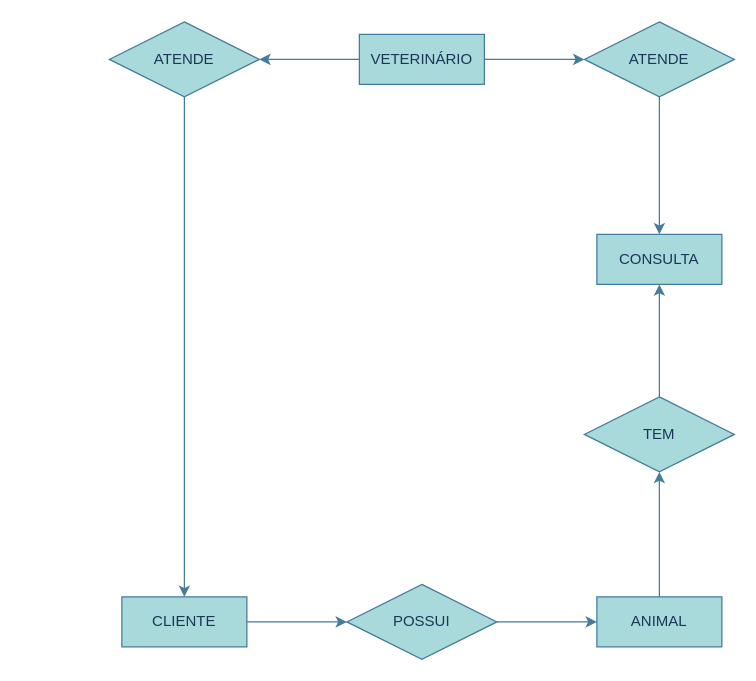
Before: Diagrama sem nome.drawio in fael-atom/projetinho, a draw.io diagram. Source tidied: cells renumbered, new cells numbered last; positions are measured from the earlier drawing's top-left corner, leaving out a move shared by most shapes. Both pictures are drawn from the tidied source at 125%, with x=0, y=0 at pixel (109, 21).
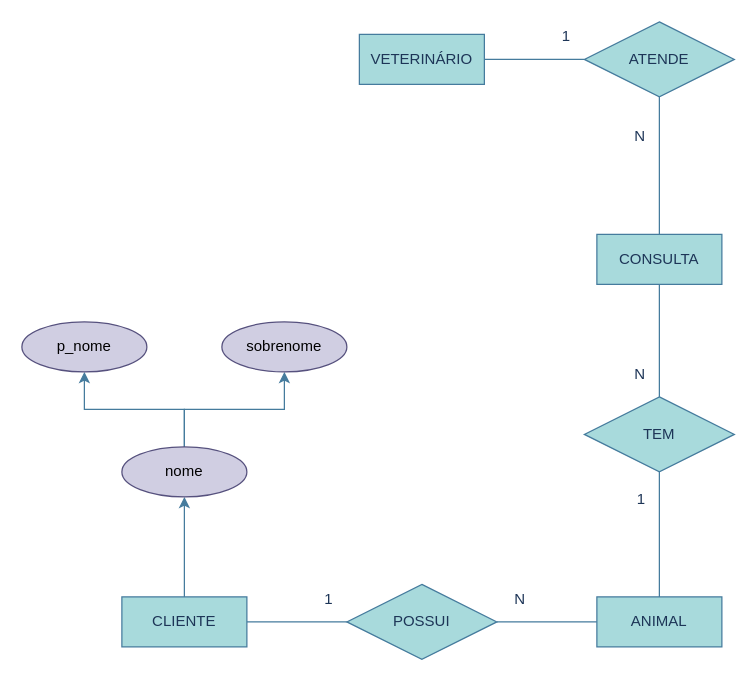
The same diagram, later.

The change refers to these unchanged cells:
```xml
<mxCell id="4" value="VETERINÁRIO" style="whiteSpace=wrap;html=1;align=center;labelBackgroundColor=none;fillColor=#A8DADC;strokeColor=#457B9D;fontColor=#1D3557;" parent="1" vertex="1">
  <mxGeometry x="200" y="10" width="100" height="40" as="geometry" />
</mxCell>
<mxCell id="6" value="CLIENTE" style="whiteSpace=wrap;html=1;align=center;labelBackgroundColor=none;fillColor=#A8DADC;strokeColor=#457B9D;fontColor=#1D3557;" parent="1" vertex="1">
  <mxGeometry x="10" y="460" width="100" height="40" as="geometry" />
</mxCell>
<mxCell id="8" value="ATENDE" style="shape=rhombus;perimeter=rhombusPerimeter;whiteSpace=wrap;html=1;align=center;labelBackgroundColor=none;fillColor=#A8DADC;strokeColor=#457B9D;fontColor=#1D3557;" parent="1" vertex="1">
  <mxGeometry x="380" width="120" height="60" as="geometry" />
</mxCell>
<mxCell id="10" value="ANIMAL" style="whiteSpace=wrap;html=1;align=center;labelBackgroundColor=none;fillColor=#A8DADC;strokeColor=#457B9D;fontColor=#1D3557;" parent="1" vertex="1">
  <mxGeometry x="390" y="460" width="100" height="40" as="geometry" />
</mxCell>
<mxCell id="14" value="POSSUI" style="shape=rhombus;perimeter=rhombusPerimeter;whiteSpace=wrap;html=1;align=center;labelBackgroundColor=none;fillColor=#A8DADC;strokeColor=#457B9D;fontColor=#1D3557;" parent="1" vertex="1">
  <mxGeometry x="190" y="450" width="120" height="60" as="geometry" />
</mxCell>
<mxCell id="15" value="CONSULTA" style="whiteSpace=wrap;html=1;align=center;labelBackgroundColor=none;fillColor=#A8DADC;strokeColor=#457B9D;fontColor=#1D3557;" parent="1" vertex="1">
  <mxGeometry x="390" y="170" width="100" height="40" as="geometry" />
</mxCell>
<mxCell id="17" value="TEM" style="shape=rhombus;perimeter=rhombusPerimeter;whiteSpace=wrap;html=1;align=center;labelBackgroundColor=none;fillColor=#A8DADC;strokeColor=#457B9D;fontColor=#1D3557;" parent="1" vertex="1">
  <mxGeometry x="380" y="300" width="120" height="60" as="geometry" />
</mxCell>
```

The edit, as a diff of the source:
```diff
@@
-    <mxCell id="2" style="edgeStyle=orthogonalEdgeStyle;rounded=0;jettySize=auto;html=1;labelBackgroundColor=none;strokeColor=#457B9D;fontColor=default;" parent="1" edge="1" source="4" target="8">
+    <mxCell id="2" style="edgeStyle=orthogonalEdgeStyle;rounded=0;jettySize=auto;html=1;labelBackgroundColor=none;strokeColor=#457B9D;fontColor=default;endArrow=none;endFill=0;" parent="1" edge="1" source="4" target="8">
       <mxGeometry relative="1" as="geometry" />
     </mxCell>
-    <mxCell id="3" style="edgeStyle=orthogonalEdgeStyle;rounded=0;jettySize=auto;html=1;labelBackgroundColor=none;strokeColor=#457B9D;fontColor=default;" parent="1" edge="1" source="4" target="12">
-      <mxGeometry relative="1" as="geometry" />
-    </mxCell>
@@
-    <mxCell id="5" style="edgeStyle=orthogonalEdgeStyle;rounded=0;jettySize=auto;html=1;labelBackgroundColor=none;strokeColor=#457B9D;fontColor=default;" parent="1" edge="1" source="6" target="14">
+    <mxCell id="5" style="edgeStyle=orthogonalEdgeStyle;rounded=0;jettySize=auto;html=1;labelBackgroundColor=none;strokeColor=#457B9D;fontColor=default;endArrow=none;endFill=0;" parent="1" edge="1" source="6" target="14">
       <mxGeometry relative="1" as="geometry" />
     </mxCell>
+    <mxCell id="18" style="edgeStyle=orthogonalEdgeStyle;rounded=0;jettySize=auto;html=1;strokeColor=#457B9D;fontColor=#1D3557;fillColor=#A8DADC;" parent="1" edge="1" source="6" target="27">
+      <mxGeometry relative="1" as="geometry" />
+    </mxCell>
@@
-    <mxCell id="7" style="edgeStyle=orthogonalEdgeStyle;rounded=0;jettySize=auto;html=1;labelBackgroundColor=none;strokeColor=#457B9D;fontColor=default;" parent="1" edge="1" source="8" target="15">
+    <mxCell id="7" style="edgeStyle=orthogonalEdgeStyle;rounded=0;jettySize=auto;html=1;labelBackgroundColor=none;strokeColor=#457B9D;fontColor=default;endArrow=none;endFill=0;" parent="1" edge="1" source="8" target="15">
       <mxGeometry relative="1" as="geometry" />
     </mxCell>
@@
-    <mxCell id="9" style="edgeStyle=orthogonalEdgeStyle;rounded=0;jettySize=auto;html=1;labelBackgroundColor=none;strokeColor=#457B9D;fontColor=default;" parent="1" edge="1" source="10" target="17">
-      <mxGeometry relative="1" as="geometry" />
-    </mxCell>
@@
-    <mxCell id="11" style="edgeStyle=orthogonalEdgeStyle;rounded=0;jettySize=auto;html=1;entryX=0.5;entryY=0;entryDx=0;entryDy=0;labelBackgroundColor=none;strokeColor=#457B9D;fontColor=default;" parent="1" edge="1" source="12" target="6">
-      <mxGeometry relative="1" as="geometry" />
-    </mxCell>
-    <mxCell id="12" value="ATENDE" style="shape=rhombus;perimeter=rhombusPerimeter;whiteSpace=wrap;html=1;align=center;labelBackgroundColor=none;fillColor=#A8DADC;strokeColor=#457B9D;fontColor=#1D3557;" parent="1" vertex="1">
-      <mxGeometry width="120" height="60" as="geometry" />
-    </mxCell>
-    <mxCell id="13" style="edgeStyle=orthogonalEdgeStyle;rounded=0;jettySize=auto;html=1;labelBackgroundColor=none;strokeColor=#457B9D;fontColor=default;" parent="1" edge="1" source="14" target="10">
+    <mxCell id="13" style="edgeStyle=orthogonalEdgeStyle;rounded=0;jettySize=auto;html=1;labelBackgroundColor=none;strokeColor=#457B9D;fontColor=default;endArrow=none;endFill=0;" parent="1" edge="1" source="14" target="10">
       <mxGeometry relative="1" as="geometry" />
     </mxCell>
@@
-    <mxCell id="16" style="edgeStyle=orthogonalEdgeStyle;rounded=0;jettySize=auto;html=1;labelBackgroundColor=none;strokeColor=#457B9D;fontColor=default;" parent="1" edge="1" source="17" target="15">
+    <mxCell id="16" style="edgeStyle=orthogonalEdgeStyle;rounded=0;jettySize=auto;html=1;labelBackgroundColor=none;strokeColor=#457B9D;fontColor=default;endArrow=none;endFill=0;" parent="1" edge="1" source="17" target="15">
       <mxGeometry relative="1" as="geometry" />
     </mxCell>
@@
+    <mxCell id="9" style="endArrow=none;html=1;rounded=0;strokeColor=#457B9D;fontColor=#1D3557;fillColor=#A8DADC;exitX=0.5;exitY=0;exitDx=0;exitDy=0;entryX=0.5;entryY=1;entryDx=0;entryDy=0;" parent="1" edge="1" source="10" target="17">
+      <mxGeometry relative="1" as="geometry" />
+    </mxCell>
+    <mxCell id="19" value="1" style="html=1;whiteSpace=wrap;align=right;verticalAlign=bottom;strokeColor=#457B9D;fontColor=#1D3557;fillColor=#A8DADC;" parent="9" vertex="1">
+      <mxGeometry x="1" relative="1" as="geometry">
+        <mxPoint x="-10" y="30" as="offset" />
+      </mxGeometry>
+    </mxCell>
+    <mxCell id="20" value="N" style="html=1;whiteSpace=wrap;align=right;verticalAlign=bottom;strokeColor=#457B9D;fontColor=#1D3557;fillColor=#A8DADC;" parent="9" vertex="1">
+      <mxGeometry x="1" relative="1" as="geometry">
+        <mxPoint x="-10" y="-70" as="offset" />
+      </mxGeometry>
+    </mxCell>
+    <mxCell id="21" value="1" style="html=1;whiteSpace=wrap;align=right;verticalAlign=bottom;strokeColor=#457B9D;fontColor=#1D3557;fillColor=#A8DADC;" parent="9" vertex="1">
+      <mxGeometry x="1" relative="1" as="geometry">
+        <mxPoint x="-70" y="-340" as="offset" />
+      </mxGeometry>
+    </mxCell>
+    <mxCell id="22" value="N" style="html=1;whiteSpace=wrap;align=right;verticalAlign=bottom;strokeColor=#457B9D;fontColor=#1D3557;fillColor=#A8DADC;" parent="9" vertex="1">
+      <mxGeometry x="1" relative="1" as="geometry">
+        <mxPoint x="-10" y="-260" as="offset" />
+      </mxGeometry>
+    </mxCell>
+    <mxCell id="23" value="1" style="html=1;whiteSpace=wrap;align=right;verticalAlign=bottom;strokeColor=#457B9D;fontColor=#1D3557;fillColor=#A8DADC;" parent="9" vertex="1">
+      <mxGeometry x="1" relative="1" as="geometry">
+        <mxPoint x="-260" y="110" as="offset" />
+      </mxGeometry>
+    </mxCell>
+    <mxCell id="24" value="N" style="html=1;whiteSpace=wrap;align=right;verticalAlign=bottom;strokeColor=#457B9D;fontColor=#1D3557;fillColor=#A8DADC;" parent="9" vertex="1">
+      <mxGeometry x="1" relative="1" as="geometry">
+        <mxPoint x="-106" y="110" as="offset" />
+      </mxGeometry>
+    </mxCell>
+    <mxCell id="25" style="edgeStyle=orthogonalEdgeStyle;rounded=0;jettySize=auto;html=1;strokeColor=#457B9D;fontColor=#1D3557;fillColor=#A8DADC;" parent="1" edge="1" source="27" target="28">
+      <mxGeometry relative="1" as="geometry" />
+    </mxCell>
+    <mxCell id="26" style="edgeStyle=orthogonalEdgeStyle;rounded=0;jettySize=auto;html=1;strokeColor=#457B9D;fontColor=#1D3557;fillColor=#A8DADC;" parent="1" edge="1" source="27" target="29">
+      <mxGeometry relative="1" as="geometry" />
+    </mxCell>
+    <mxCell id="27" value="nome" style="ellipse;whiteSpace=wrap;html=1;align=center;strokeColor=#56517e;fillColor=#d0cee2;" parent="1" vertex="1">
+      <mxGeometry x="10" y="340" width="100" height="40" as="geometry" />
+    </mxCell>
+    <mxCell id="28" value="p_nome" style="ellipse;whiteSpace=wrap;html=1;align=center;strokeColor=#56517e;fillColor=#d0cee2;" parent="1" vertex="1">
+      <mxGeometry x="-70" y="240" width="100" height="40" as="geometry" />
+    </mxCell>
+    <mxCell id="29" value="sobrenome" style="ellipse;whiteSpace=wrap;html=1;align=center;strokeColor=#56517e;fillColor=#d0cee2;" parent="1" vertex="1">
+      <mxGeometry x="90" y="240" width="100" height="40" as="geometry" />
+    </mxCell>
```
